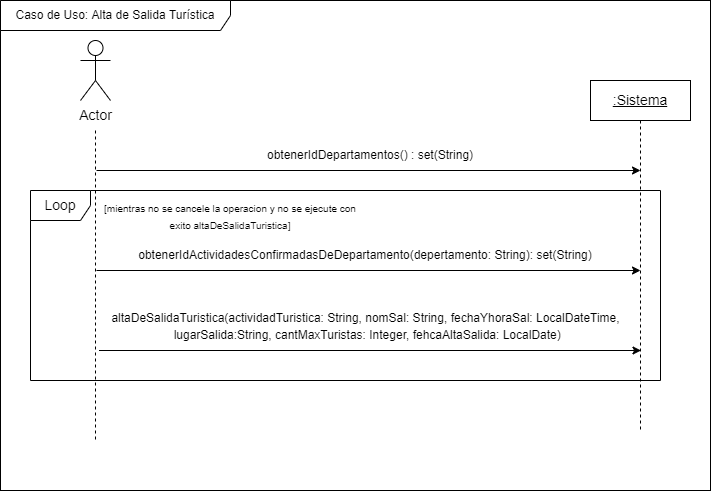
Earlier version of the draw.io export docs/Iteración 2/Análisis/DSS Servidor web/Alta de Salida turistica.drawio.png (FacundoDiaz00/Taller-de-Programaci-n). Source tidied: cells renumbered, new cells last; positions are measured from the earlier drawing's top-left corner, leaving out a move shared by most shapes.
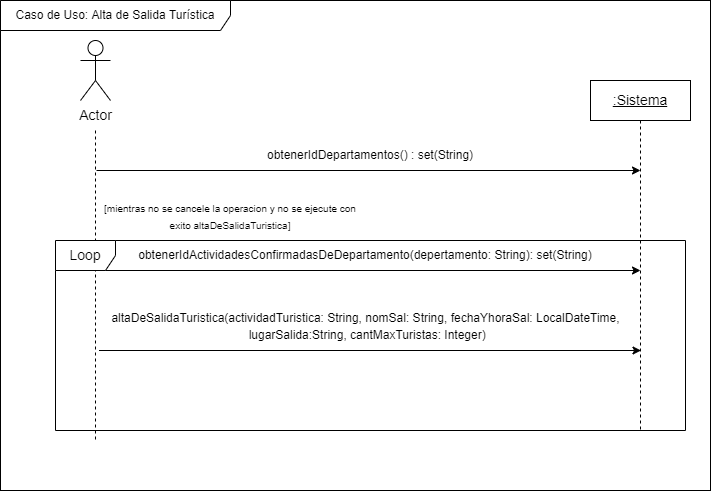
The same diagram one commit later.

Commit message:
Correccion Alta salida Turistica

The edit, as a diff of the source:
```diff
@@ -52,11 +52,11 @@
         <mxPoint x="640.5" y="350" as="targetPoint" />
       </mxGeometry>
     </mxCell>
-    <mxCell id="13" value="&lt;div&gt;&lt;font style=&quot;font-size: 12px;&quot;&gt;altaDeSalidaTuristica(actividadTuristica: String, nomSal: String, fechaYhoraSal: LocalDateTime,&lt;/font&gt;&lt;/div&gt;&lt;div&gt;&lt;font style=&quot;font-size: 12px;&quot;&gt;&amp;nbsp;lugarSalida:String, cantMaxTuristas: Integer, fehcaAltaSalida: LocalDate)&lt;/font&gt;&lt;/div&gt;" style="text;html=1;align=center;verticalAlign=middle;strokeColor=none;fillColor=none;fontSize=14;" parent="1" vertex="1">
-      <mxGeometry x="89.5" y="300" width="550" height="50" as="geometry" />
+    <mxCell id="13" value="&lt;div&gt;&lt;font style=&quot;font-size: 12px;&quot;&gt;altaDeSalidaTuristica(actividadTuristica: String, nomSal: String, fechaYhoraSal: LocalDateTime,&lt;/font&gt;&lt;/div&gt;&lt;div&gt;&lt;font style=&quot;font-size: 12px;&quot;&gt;&amp;nbsp;lugarSalida:String, cantMaxTuristas: Integer)&lt;/font&gt;&lt;/div&gt;" style="text;html=1;align=center;verticalAlign=middle;strokeColor=none;fillColor=none;fontSize=14;" parent="1" vertex="1">
+      <mxGeometry x="104.5" y="305" width="520" height="40" as="geometry" />
     </mxCell>
     <mxCell id="14" value="Loop" style="shape=umlFrame;whiteSpace=wrap;html=1;fontSize=14;" parent="1" vertex="1">
-      <mxGeometry x="30" y="190" width="630" height="190" as="geometry" />
+      <mxGeometry x="55" y="240" width="630" height="190" as="geometry" />
     </mxCell>
     <mxCell id="15" value="&lt;font style=&quot;font-size: 10px;&quot;&gt;[mientras no se cancele la operacion y no se ejecute con exito altaDeSalidaTuristica]&lt;/font&gt;" style="text;html=1;strokeColor=none;fillColor=none;align=center;verticalAlign=middle;whiteSpace=wrap;rounded=0;fontSize=14;" parent="1" vertex="1">
       <mxGeometry x="100" y="200" width="260" height="30" as="geometry" />
```
